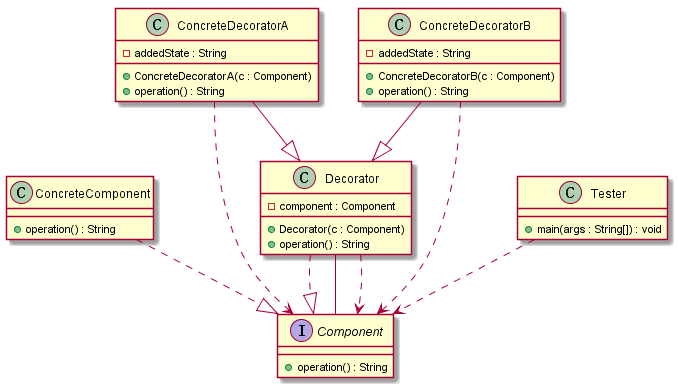
Above: uml5.png in SamJaylnn/UML-Parser (PlantUML), before the change.
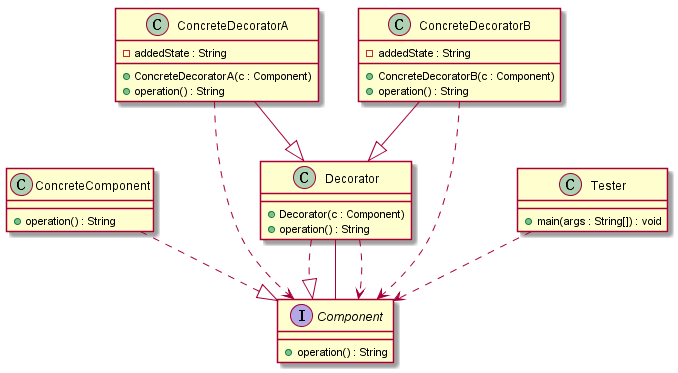
The same file after the commit.

Change to the diagram source:
```diff
@@ -12,7 +12,6 @@
 ConcreteDecoratorB : +ConcreteDecoratorB(c : Component)
 ConcreteDecoratorB : +operation() : String
 class Decorator
-Decorator : -component : Component
 Decorator : +Decorator(c : Component)
 Decorator : +operation() : String
 class Tester
```
